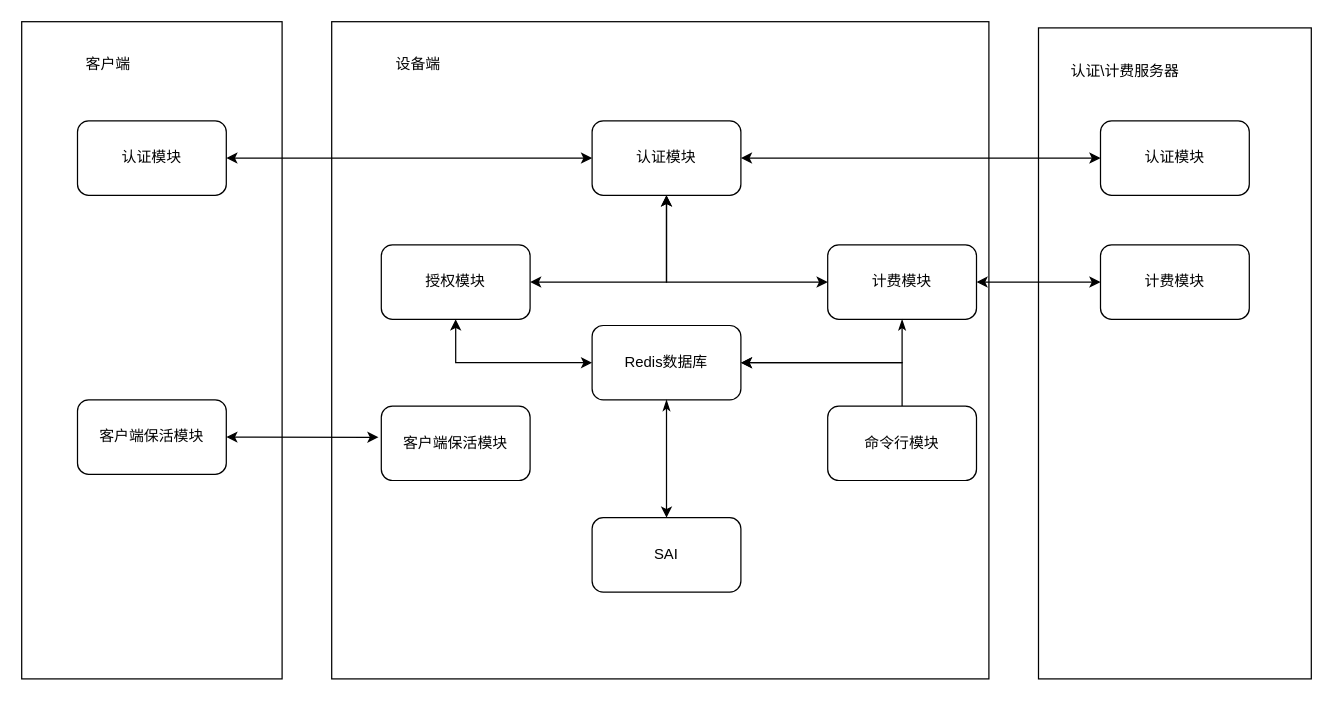
Above: 概要设计框架.drawio in PATORITU/PATORITU (draw.io), before the change. Source tidied: cells renumbered, new cells numbered last; positions are measured from the earlier drawing's top-left corner, leaving out a move shared by most shapes. Both pictures are drawn from the tidied source at 124%, with x=0, y=0 at pixel (21, 21).
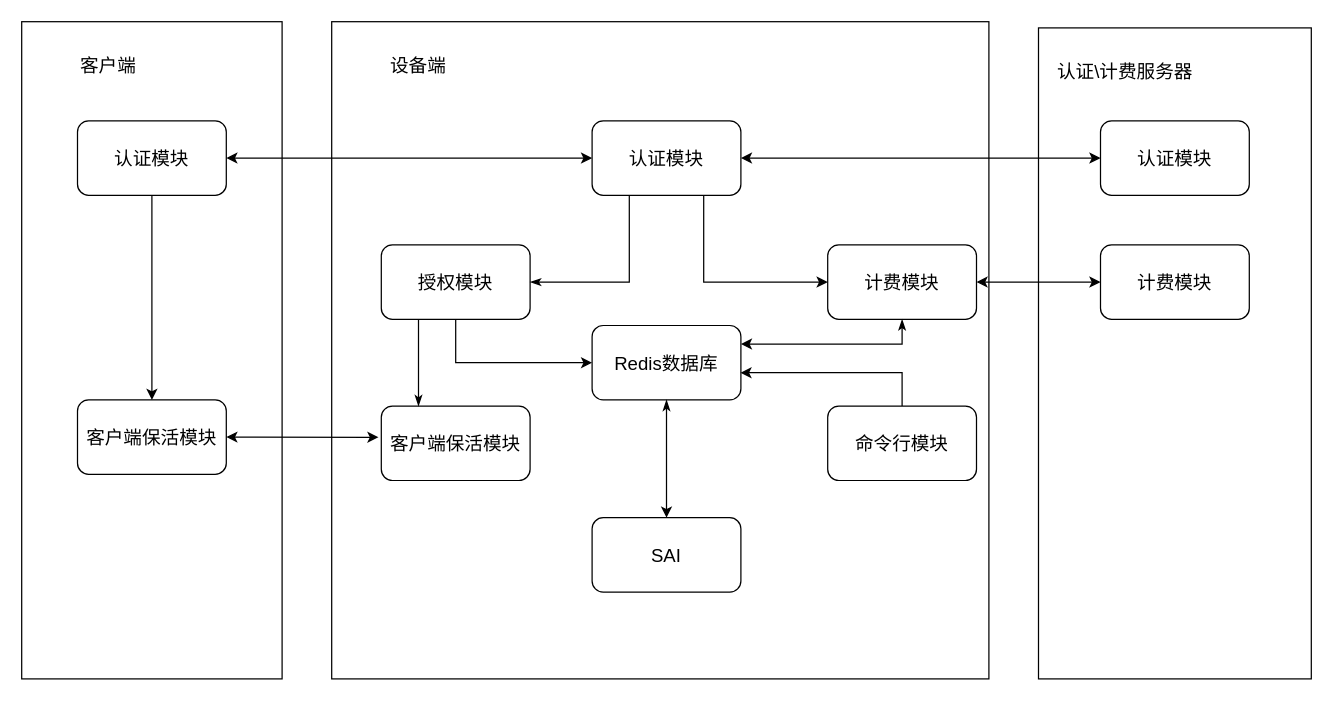
The same diagram, later.

Commit message (it also covers changes not shown here):
更新概要设计框架.drawio

What changed in the source:
```diff
@@
-    <mxCell id="3" value="Redis数据库" style="rounded=1;whiteSpace=wrap;html=1;" parent="1" vertex="1">
+    <mxCell id="3" value="&lt;font style=&quot;font-size: 15px;&quot;&gt;Redis数据库&lt;/font&gt;" style="rounded=1;whiteSpace=wrap;html=1;" parent="1" vertex="1">
       <mxGeometry x="460" y="245" width="120" height="60" as="geometry" />
     </mxCell>
-    <mxCell id="4" value="认证模块" style="rounded=1;whiteSpace=wrap;html=1;" parent="1" vertex="1">
+    <mxCell id="4" value="&lt;font style=&quot;font-size: 15px;&quot;&gt;认证模块&lt;/font&gt;" style="rounded=1;whiteSpace=wrap;html=1;" parent="1" vertex="1">
       <mxGeometry x="460" y="80" width="120" height="60" as="geometry" />
     </mxCell>
-    <mxCell id="5" value="授权模块" style="rounded=1;whiteSpace=wrap;html=1;" parent="1" vertex="1">
+    <mxCell id="5" value="&lt;font style=&quot;font-size: 15px;&quot;&gt;授权模块&lt;/font&gt;" style="rounded=1;whiteSpace=wrap;html=1;" parent="1" vertex="1">
       <mxGeometry x="290" y="180" width="120" height="60" as="geometry" />
     </mxCell>
-    <mxCell id="6" value="客户端保活模块" style="rounded=1;whiteSpace=wrap;html=1;" parent="1" vertex="1">
+    <mxCell id="6" value="&lt;font style=&quot;font-size: 15px;&quot;&gt;客户端保活模块&lt;/font&gt;" style="rounded=1;whiteSpace=wrap;html=1;" parent="1" vertex="1">
       <mxGeometry x="290" y="310" width="120" height="60" as="geometry" />
     </mxCell>
-    <mxCell id="7" value="计费模块" style="rounded=1;whiteSpace=wrap;html=1;" parent="1" vertex="1">
+    <mxCell id="7" value="&lt;font style=&quot;font-size: 15px;&quot;&gt;计费模块&lt;/font&gt;" style="rounded=1;whiteSpace=wrap;html=1;" parent="1" vertex="1">
       <mxGeometry x="650" y="180" width="120" height="60" as="geometry" />
     </mxCell>
-    <mxCell id="8" value="命令行模块" style="rounded=1;whiteSpace=wrap;html=1;" parent="1" vertex="1">
+    <mxCell id="8" value="&lt;font style=&quot;font-size: 15px;&quot;&gt;命令行模块&lt;/font&gt;" style="rounded=1;whiteSpace=wrap;html=1;" parent="1" vertex="1">
       <mxGeometry x="650" y="310" width="120" height="60" as="geometry" />
     </mxCell>
-    <mxCell id="9" value="SAI" style="rounded=1;whiteSpace=wrap;html=1;" parent="1" vertex="1">
+    <mxCell id="9" value="&lt;font style=&quot;font-size: 15px;&quot;&gt;SAI&lt;/font&gt;" style="rounded=1;whiteSpace=wrap;html=1;" parent="1" vertex="1">
       <mxGeometry x="460" y="400" width="120" height="60" as="geometry" />
     </mxCell>
@@
-    <mxCell id="11" value="客户端保活模块" style="rounded=1;whiteSpace=wrap;html=1;" parent="1" vertex="1">
+    <mxCell id="11" value="&lt;font style=&quot;font-size: 15px;&quot;&gt;客户端保活模块&lt;/font&gt;" style="rounded=1;whiteSpace=wrap;html=1;" parent="1" vertex="1">
       <mxGeometry x="45" y="305" width="120" height="60" as="geometry" />
     </mxCell>
-    <mxCell id="12" value="认证模块" style="rounded=1;whiteSpace=wrap;html=1;" parent="1" vertex="1">
+    <mxCell id="12" value="&lt;font style=&quot;font-size: 15px;&quot;&gt;认证模块&lt;/font&gt;" style="rounded=1;whiteSpace=wrap;html=1;" parent="1" vertex="1">
       <mxGeometry x="45" y="80" width="120" height="60" as="geometry" />
     </mxCell>
@@
-    <mxCell id="14" value="认证模块" style="rounded=1;whiteSpace=wrap;html=1;" parent="1" vertex="1">
+    <mxCell id="14" value="&lt;font style=&quot;font-size: 15px;&quot;&gt;认证模块&lt;/font&gt;" style="rounded=1;whiteSpace=wrap;html=1;" parent="1" vertex="1">
       <mxGeometry x="870" y="80" width="120" height="60" as="geometry" />
     </mxCell>
-    <mxCell id="15" value="计费模块" style="rounded=1;whiteSpace=wrap;html=1;" parent="1" vertex="1">
+    <mxCell id="15" value="&lt;font style=&quot;font-size: 15px;&quot;&gt;计费模块&lt;/font&gt;" style="rounded=1;whiteSpace=wrap;html=1;" parent="1" vertex="1">
       <mxGeometry x="870" y="180" width="120" height="60" as="geometry" />
     </mxCell>
-    <mxCell id="16" value="客户端" style="rounded=1;whiteSpace=wrap;html=1;strokeColor=none;" parent="1" vertex="1">
+    <mxCell id="16" value="&lt;font style=&quot;font-size: 15px;&quot;&gt;客户端&lt;/font&gt;" style="rounded=1;whiteSpace=wrap;html=1;strokeColor=none;" parent="1" vertex="1">
       <mxGeometry x="10" y="5" width="120" height="60" as="geometry" />
     </mxCell>
-    <mxCell id="17" value="设备端" style="rounded=1;whiteSpace=wrap;html=1;strokeColor=none;" parent="1" vertex="1">
+    <mxCell id="17" value="&lt;font style=&quot;font-size: 15px;&quot;&gt;设备端&lt;/font&gt;" style="rounded=1;whiteSpace=wrap;html=1;strokeColor=none;" parent="1" vertex="1">
       <mxGeometry x="260" y="5" width="120" height="60" as="geometry" />
     </mxCell>
-    <mxCell id="18" value="认证\计费服务器" style="rounded=1;whiteSpace=wrap;html=1;strokeColor=none;" parent="1" vertex="1">
+    <mxCell id="18" value="&lt;font style=&quot;font-size: 15px;&quot;&gt;认证\计费服务器&lt;/font&gt;" style="rounded=1;whiteSpace=wrap;html=1;strokeColor=none;" parent="1" vertex="1">
       <mxGeometry x="830" y="10" width="120" height="60" as="geometry" />
     </mxCell>
-    <mxCell id="19" style="endArrow=classic;html=1;rounded=0;exitX=0.5;exitY=0;exitDx=0;exitDy=0;entryX=1;entryY=0.5;entryDx=0;entryDy=0;" parent="1" edge="1" source="8" target="3">
+    <mxCell id="19" style="endArrow=classic;html=1;rounded=0;exitX=0.5;exitY=0;exitDx=0;exitDy=0;entryX=0.997;entryY=0.635;entryDx=0;entryDy=0;entryPerimeter=0;" parent="1" edge="1" source="8" target="3">
       <mxGeometry relative="1" as="geometry">
         <Array as="points">
-          <mxPoint x="710" y="275" />
-          <mxPoint x="660" y="275" />
+          <mxPoint x="710" y="283" />
         </Array>
       </mxGeometry>
     </mxCell>
@@
-    <mxCell id="24" style="endArrow=classic;startArrow=classic;html=1;rounded=0;exitX=1;exitY=0.5;exitDx=0;exitDy=0;" parent="1" edge="1" source="5">
+    <mxCell id="24" style="endArrow=none;startArrow=classicThin;html=1;rounded=0;exitX=1;exitY=0.5;exitDx=0;exitDy=0;entryX=0.25;entryY=1;entryDx=0;entryDy=0;startFill=1;endFill=0;" parent="1" edge="1" source="5" target="4">
       <mxGeometry relative="1" as="geometry">
-        <mxPoint x="520" y="140" as="targetPoint" />
         <Array as="points">
-          <mxPoint x="520" y="210" />
+          <mxPoint x="490" y="210" />
         </Array>
       </mxGeometry>
     </mxCell>
-    <mxCell id="25" style="endArrow=classic;startArrow=classic;html=1;rounded=0;entryX=0;entryY=0.5;entryDx=0;entryDy=0;exitX=0.5;exitY=1;exitDx=0;exitDy=0;" parent="1" edge="1" source="4" target="7">
+    <mxCell id="25" style="endArrow=classic;startArrow=none;html=1;rounded=0;entryX=0;entryY=0.5;entryDx=0;entryDy=0;exitX=0.75;exitY=1;exitDx=0;exitDy=0;startFill=0;" parent="1" edge="1" source="4" target="7">
       <mxGeometry relative="1" as="geometry">
         <Array as="points">
-          <mxPoint x="520" y="210" />
+          <mxPoint x="550" y="210" />
         </Array>
       </mxGeometry>
     </mxCell>
-    <mxCell id="26" style="endArrow=classic;startArrow=classic;html=1;rounded=0;exitX=0.5;exitY=1;exitDx=0;exitDy=0;entryX=0;entryY=0.5;entryDx=0;entryDy=0;" parent="1" edge="1" source="5" target="3">
+    <mxCell id="26" style="endArrow=classic;startArrow=none;html=1;rounded=0;exitX=0.5;exitY=1;exitDx=0;exitDy=0;entryX=0;entryY=0.5;entryDx=0;entryDy=0;startFill=0;" parent="1" edge="1" source="5" target="3">
       <mxGeometry relative="1" as="geometry">
         <Array as="points">
           <mxPoint x="350" y="275" />
         </Array>
       </mxGeometry>
     </mxCell>
-    <mxCell id="27" style="endArrow=classic;html=1;rounded=0;exitX=0.5;exitY=1;exitDx=0;exitDy=0;entryX=1;entryY=0.5;entryDx=0;entryDy=0;startArrow=classicThin;startFill=1;" parent="1" edge="1" source="7" target="3">
+    <mxCell id="27" style="endArrow=classic;html=1;rounded=0;exitX=0.5;exitY=1;exitDx=0;exitDy=0;entryX=1;entryY=0.25;entryDx=0;entryDy=0;startArrow=classicThin;startFill=1;" parent="1" edge="1" source="7" target="3">
       <mxGeometry relative="1" as="geometry">
         <Array as="points">
-          <mxPoint x="710" y="275" />
+          <mxPoint x="710" y="260" />
         </Array>
       </mxGeometry>
     </mxCell>
@@
+    <mxCell id="29" style="endArrow=classic;html=1;rounded=0;exitX=0.5;exitY=1;exitDx=0;exitDy=0;entryX=0.5;entryY=0;entryDx=0;entryDy=0;" parent="1" edge="1" source="12" target="11">
+      <mxGeometry relative="1" as="geometry" />
+    </mxCell>
+    <mxCell id="30" style="endArrow=none;startArrow=classicThin;html=1;rounded=0;entryX=0.25;entryY=1;entryDx=0;entryDy=0;exitX=0.25;exitY=0;exitDx=0;exitDy=0;startFill=1;endFill=0;" parent="1" edge="1" source="6" target="5">
+      <mxGeometry relative="1" as="geometry">
+        <Array as="points">
+          <mxPoint x="320" y="280" />
+        </Array>
+      </mxGeometry>
+    </mxCell>
```
